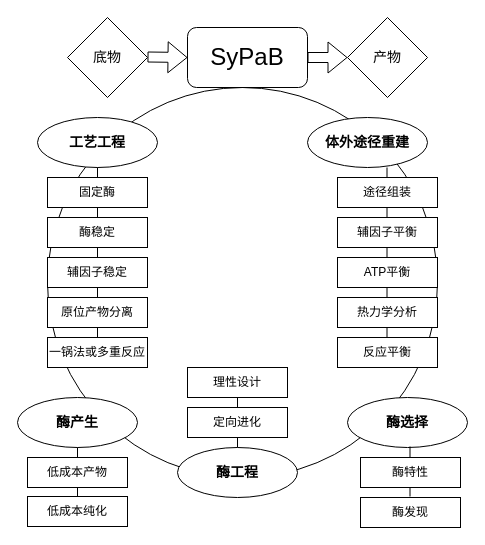
Above: sypab.drawio in ciky1210/MachineLearning_Ng (draw.io), before the change. Source tidied: cells renumbered, new cells numbered last; positions are measured from the earlier drawing's top-left corner, leaving out a move shared by most shapes. Both pictures are drawn from the tidied source at 100%, with x=0, y=0 at pixel (17, 17).
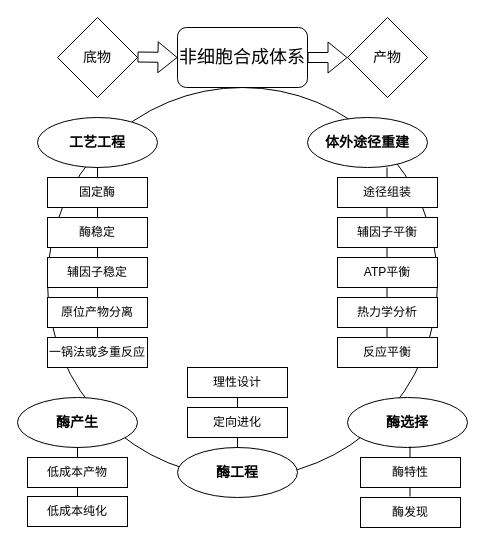
The same diagram, later.

The edit, as a diff of the source:
```diff
@@
-    <mxCell id="3" value="&lt;font style=&quot;font-size: 24px&quot;&gt;SyPaB&lt;/font&gt;" style="rounded=1;whiteSpace=wrap;html=1;" parent="1" vertex="1">
-      <mxGeometry x="170" y="10" width="120" height="60" as="geometry" />
+    <mxCell id="3" value="&lt;font style=&quot;font-size: 18px&quot;&gt;非细胞合成体系&lt;/font&gt;" style="rounded=1;whiteSpace=wrap;html=1;" parent="1" vertex="1">
+      <mxGeometry x="160" y="10" width="130" height="60" as="geometry" />
     </mxCell>
@@
-    <mxCell id="5" style="shape=flexArrow;endArrow=classic;html=1;exitX=1;exitY=0.5;exitDx=0;exitDy=0;entryX=0;entryY=0.5;entryDx=0;entryDy=0;" parent="1" edge="1" target="3">
+    <mxCell id="5" style="shape=flexArrow;endArrow=classic;html=1;exitX=1;exitY=0.5;exitDx=0;exitDy=0;entryX=0;entryY=0.5;entryDx=0;entryDy=0;" parent="1" edge="1">
       <mxGeometry relative="1" as="geometry">
-        <mxPoint x="130" y="39.5" as="sourcePoint" />
+        <mxPoint x="120" y="39.5" as="sourcePoint" />
+        <mxPoint x="160" y="40" as="targetPoint" />
       </mxGeometry>
     </mxCell>
     <mxCell id="6" value="&lt;font style=&quot;font-size: 14px&quot;&gt;底物&lt;/font&gt;" style="rhombus;whiteSpace=wrap;html=1;" parent="1" vertex="1">
-      <mxGeometry x="50" width="80" height="80" as="geometry" />
+      <mxGeometry x="40" width="80" height="80" as="geometry" />
     </mxCell>
```
